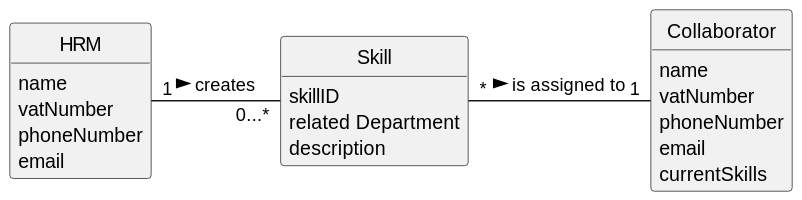
This is docs/sprintA/us004/02.analysis/svg/us004-domain-model.svg from tiagosoa/lei-24-s2-1dgh-g073, a PlantUML export, as it was before one commit. Source of this version:
```plantuml
@startuml
skinparam monochrome true
skinparam packageStyle rectangle
skinparam shadowing false


skinparam classAttributeIconSize 0

hide circle
hide methods



class HRM {
    name
    vatNumber
    phoneNumber
    email
}

class Skill {
    skillID
    related Department
    description
}

class Collaborator {
    name
    vatNumber
    phoneNumber
    email
    currentSkills
}



HRM "1" - "0...*" Skill: creates >
Skill "*" - "1" Collaborator: is assigned to >
@enduml
```
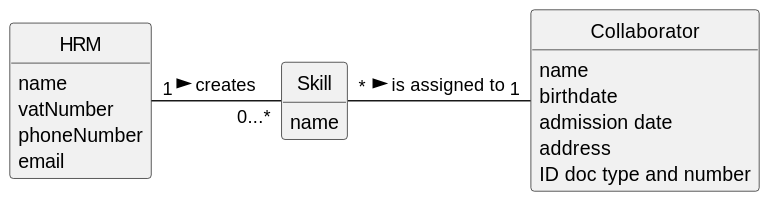
The same diagram one commit later.

The edit, as a diff of the source:
```diff
@@ -19,17 +19,16 @@
 }
 
 class Skill {
-    skillID
-    related Department
-    description
+    name
 }
 
 class Collaborator {
     name
-    vatNumber
-    phoneNumber
-    email
-    currentSkills
+    birthdate
+    admission date
+    address
+    contact info (mobile and email)
+    ID doc type and number
 }
 
 
```
